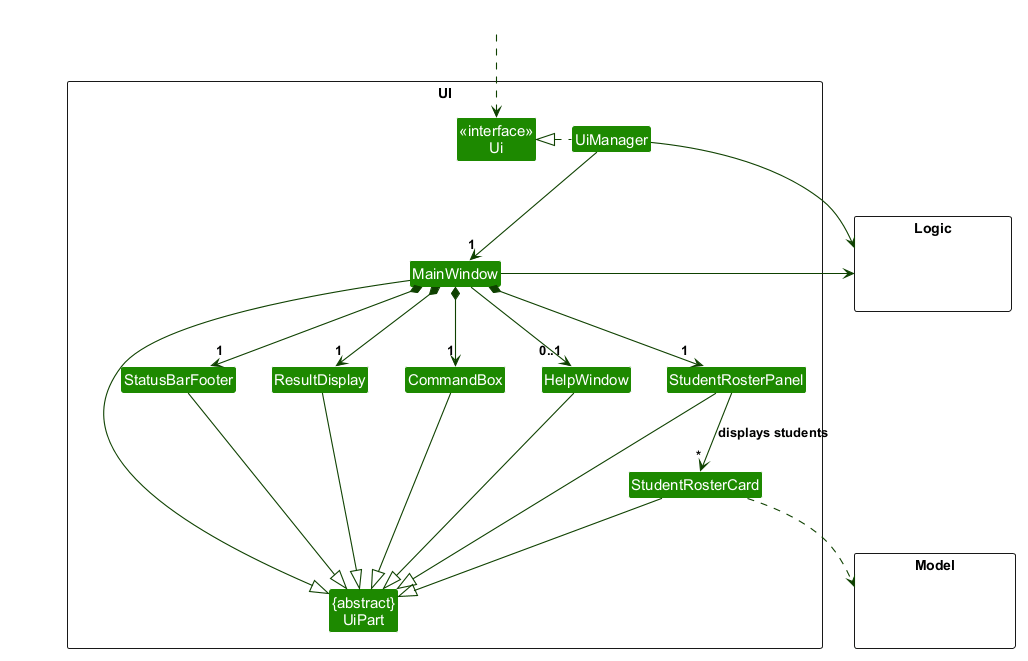
Above: docs/images/UiClassDiagram.png in AY2627S1-CS2103T-F09-1/tp (PlantUML), before the change.
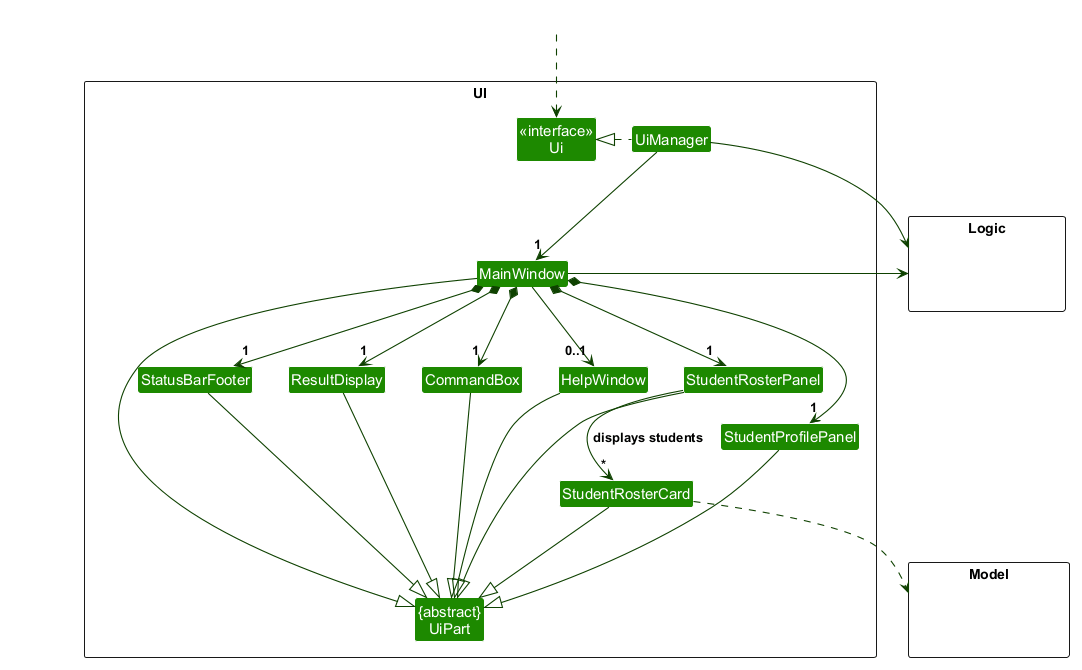
Later version of the same file.

The edit, as a diff of the source:
```diff
@@ -12,6 +12,7 @@
 Class HelpWindow
 Class ResultDisplay
 Class StudentRosterPanel
+Class StudentProfilePanel
 Class StudentRosterCard
 Class StatusBarFooter
 Class CommandBox
@@ -33,6 +34,7 @@
 MainWindow *-down->  "1" CommandBox
 MainWindow *-down-> "1" ResultDisplay
 MainWindow *-down-> "1" StudentRosterPanel
+MainWindow *-down-> "1" StudentProfilePanel
 MainWindow *-down-> "1" StatusBarFooter
 MainWindow --> "0..1" HelpWindow
 
@@ -43,6 +45,7 @@
 ResultDisplay --|> UiPart
 CommandBox --|> UiPart
 StudentRosterPanel --|> UiPart
+StudentProfilePanel --|> UiPart
 StudentRosterCard --|> UiPart
 StatusBarFooter --|> UiPart
 HelpWindow --|> UiPart
```
